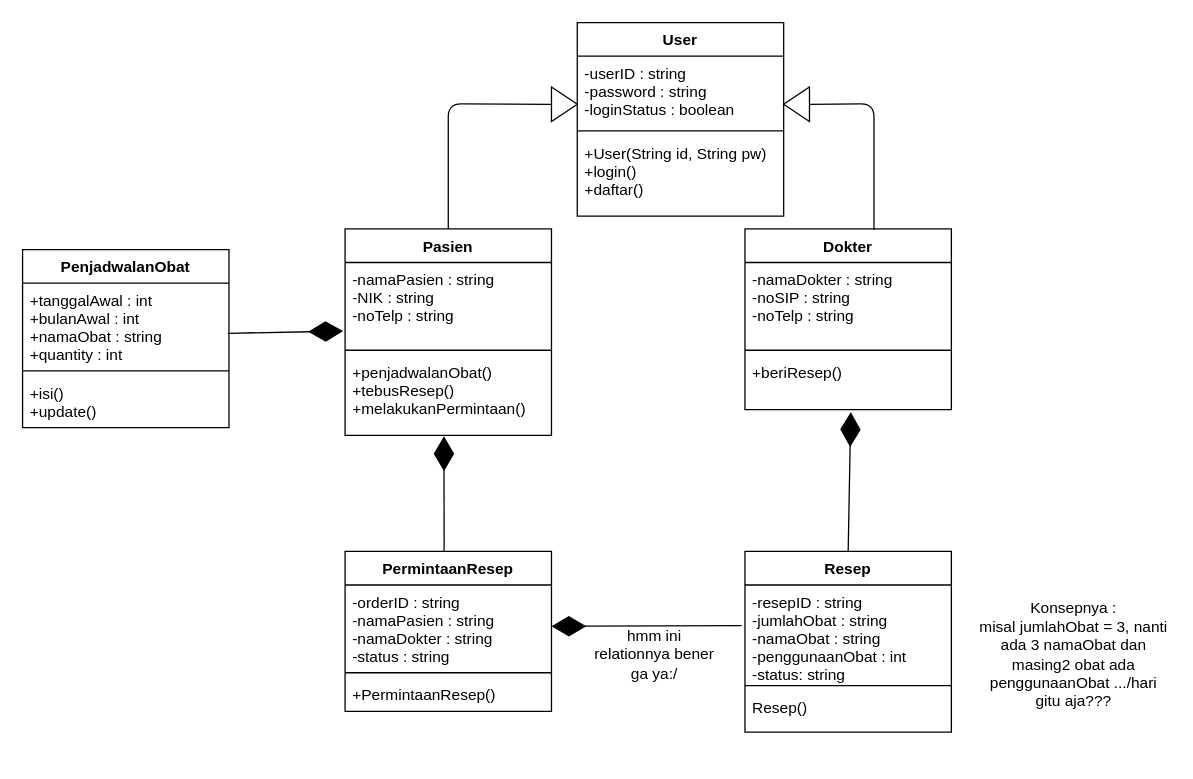
This is class diagram.drawio from WidadAbida/Praktikum-PPL, a draw.io file, before an edit. Source tidied: cells renumbered, new cells numbered last; positions are measured from the earlier drawing's top-left corner, leaving out a move shared by most shapes. Both pictures are drawn from the tidied source at 129%, with x=0, y=0 at pixel (22, 22).
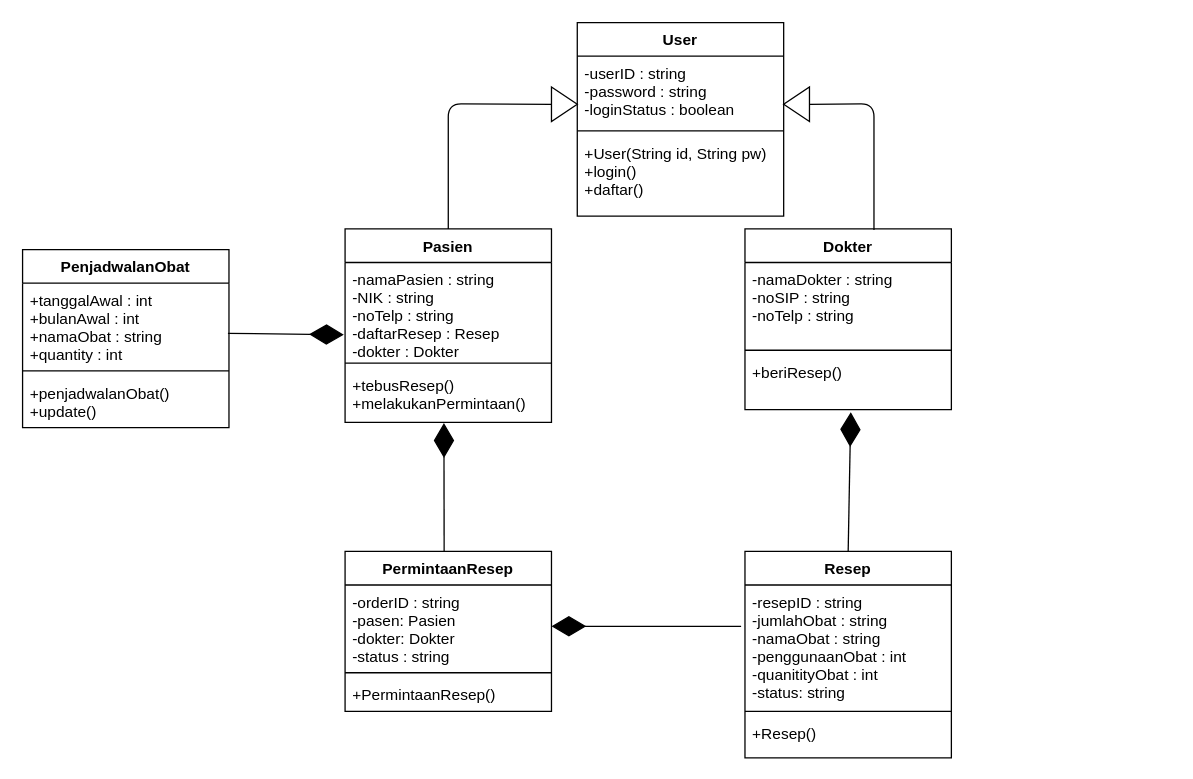
Above is the later version.

Unchanged cells that the change refers to:
```xml
<mxCell id="19" value="PenjadwalanObat" style="swimlane;fontStyle=1;align=center;verticalAlign=top;horizontal=1;startSize=26;" parent="1" vertex="1">
  <mxGeometry y="176" width="160" height="138" as="geometry" />
</mxCell>
<mxCell id="20" value="+tanggalAwal : int&#10;+bulanAwal : int&#10;+namaObat : string&#10;+quantity : int" style="text;strokeColor=none;fillColor=none;align=left;verticalAlign=top;spacingLeft=4;spacingRight=4;overflow=hidden;points=[[0,0.5],[1,0.5]];portConstraint=eastwest;" parent="19" vertex="1">
  <mxGeometry y="26" width="160" height="64" as="geometry" />
</mxCell>
<mxCell id="23" value="PermintaanResep" style="swimlane;fontStyle=1;align=center;verticalAlign=top;horizontal=1;startSize=26;" parent="1" vertex="1">
  <mxGeometry x="250" y="410" width="160" height="124" as="geometry" />
</mxCell>
```

Diff of the diagram source:
```diff
@@
     <mxCell id="6" value="Pasien" style="swimlane;fontStyle=1;align=center;verticalAlign=top;horizontal=1;startSize=26;" parent="1" vertex="1">
-      <mxGeometry x="250" y="160" width="160" height="160" as="geometry" />
+      <mxGeometry x="250" y="160" width="160" height="150" as="geometry" />
     </mxCell>
-    <mxCell id="7" value="-namaPasien : string&#10;-NIK : string&#10;-noTelp : string" style="text;strokeColor=none;fillColor=none;align=left;verticalAlign=top;spacingLeft=4;spacingRight=4;overflow=hidden;points=[[0,0.5],[1,0.5]];portConstraint=eastwest;" parent="6" vertex="1">
-      <mxGeometry y="26" width="160" height="64" as="geometry" />
+    <mxCell id="7" value="-namaPasien : string&#10;-NIK : string&#10;-noTelp : string&#10;-daftarResep : Resep&#10;-dokter : Dokter&#10;" style="text;strokeColor=none;fillColor=none;align=left;verticalAlign=top;spacingLeft=4;spacingRight=4;overflow=hidden;points=[[0,0.5],[1,0.5]];portConstraint=eastwest;" parent="6" vertex="1">
+      <mxGeometry y="26" width="160" height="74" as="geometry" />
     </mxCell>
     <mxCell id="8" style="line;strokeWidth=1;fillColor=none;align=left;verticalAlign=middle;spacingTop=-1;spacingLeft=3;spacingRight=3;labelPosition=right;" parent="6" vertex="1">
-      <mxGeometry y="90" width="160" height="8" as="geometry" />
+      <mxGeometry y="100" width="160" height="8" as="geometry" />
     </mxCell>
-    <mxCell id="9" value="+penjadwalanObat()&#10;+tebusResep()&#10;+melakukanPermintaan()&#10;" style="text;strokeColor=none;fillColor=none;align=left;verticalAlign=top;spacingLeft=4;spacingRight=4;overflow=hidden;points=[[0,0.5],[1,0.5]];portConstraint=eastwest;" parent="6" vertex="1">
-      <mxGeometry y="98" width="160" height="62" as="geometry" />
+    <mxCell id="9" value="+tebusResep()&#10;+melakukanPermintaan()&#10;" style="text;strokeColor=none;fillColor=none;align=left;verticalAlign=top;spacingLeft=4;spacingRight=4;overflow=hidden;points=[[0,0.5],[1,0.5]];portConstraint=eastwest;" parent="6" vertex="1">
+      <mxGeometry y="108" width="160" height="42" as="geometry" />
     </mxCell>
@@
-    <mxCell id="18" style="endArrow=diamondThin;endFill=1;endSize=24;html=1;entryX=-0.01;entryY=0.831;entryDx=0;entryDy=0;entryPerimeter=0;exitX=0.995;exitY=0.607;exitDx=0;exitDy=0;exitPerimeter=0;" parent="1" edge="1" source="20" target="7">
+    <mxCell id="18" style="endArrow=diamondThin;endFill=1;endSize=24;html=1;entryX=-0.006;entryY=0.757;entryDx=0;entryDy=0;entryPerimeter=0;exitX=0.995;exitY=0.607;exitDx=0;exitDy=0;exitPerimeter=0;" parent="1" edge="1" source="20" target="7">
       <mxGeometry relative="1" as="geometry" />
     </mxCell>
@@
-    <mxCell id="22" value="+isi()&#10;+update()" style="text;strokeColor=none;fillColor=none;align=left;verticalAlign=top;spacingLeft=4;spacingRight=4;overflow=hidden;" parent="19" vertex="1">
+    <mxCell id="22" value="+penjadwalanObat()&#10;+update()" style="text;strokeColor=none;fillColor=none;align=left;verticalAlign=top;spacingLeft=4;spacingRight=4;overflow=hidden;" parent="19" vertex="1">
       <mxGeometry y="98" width="160" height="40" as="geometry" />
     </mxCell>
@@
-    <mxCell id="24" value="-orderID : string&#10;-namaPasien : string&#10;-namaDokter : string&#10;-status : string&#10;" style="text;strokeColor=none;fillColor=none;align=left;verticalAlign=top;spacingLeft=4;spacingRight=4;overflow=hidden;points=[[0,0.5],[1,0.5]];portConstraint=eastwest;" parent="23" vertex="1">
+    <mxCell id="24" value="-orderID : string&#10;-pasen: Pasien&#10;-dokter: Dokter&#10;-status : string&#10;" style="text;strokeColor=none;fillColor=none;align=left;verticalAlign=top;spacingLeft=4;spacingRight=4;overflow=hidden;points=[[0,0.5],[1,0.5]];portConstraint=eastwest;" parent="23" vertex="1">
       <mxGeometry y="26" width="160" height="64" as="geometry" />
     </mxCell>
@@
     <mxCell id="28" value="Resep" style="swimlane;fontStyle=1;align=center;verticalAlign=top;horizontal=1;startSize=26;" parent="1" vertex="1">
-      <mxGeometry x="560" y="410" width="160" height="140" as="geometry" />
+      <mxGeometry x="560" y="410" width="160" height="160" as="geometry" />
     </mxCell>
-    <mxCell id="29" value="-resepID : string&#10;-jumlahObat : string&#10;-namaObat : string&#10;-penggunaanObat : int&#10;-status: string&#10;" style="text;strokeColor=none;fillColor=none;align=left;verticalAlign=top;spacingLeft=4;spacingRight=4;overflow=hidden;points=[[0,0.5],[1,0.5]];portConstraint=eastwest;" parent="28" vertex="1">
-      <mxGeometry y="26" width="160" height="74" as="geometry" />
+    <mxCell id="29" value="-resepID : string&#10;-jumlahObat : string&#10;-namaObat : string&#10;-penggunaanObat : int&#10;-quanitityObat : int&#10;-status: string&#10;" style="text;strokeColor=none;fillColor=none;align=left;verticalAlign=top;spacingLeft=4;spacingRight=4;overflow=hidden;points=[[0,0.5],[1,0.5]];portConstraint=eastwest;" parent="28" vertex="1">
+      <mxGeometry y="26" width="160" height="94" as="geometry" />
     </mxCell>
     <mxCell id="30" style="line;strokeWidth=1;fillColor=none;align=left;verticalAlign=middle;spacingTop=-1;spacingLeft=3;spacingRight=3;labelPosition=right;" parent="28" vertex="1">
-      <mxGeometry y="100" width="160" height="8" as="geometry" />
+      <mxGeometry y="120" width="160" height="8" as="geometry" />
     </mxCell>
-    <mxCell id="31" value="Resep()" style="text;strokeColor=none;fillColor=none;align=left;verticalAlign=top;spacingLeft=4;spacingRight=4;overflow=hidden;" parent="28" vertex="1">
-      <mxGeometry y="108" width="160" height="32" as="geometry" />
+    <mxCell id="31" value="+Resep()" style="text;strokeColor=none;fillColor=none;align=left;verticalAlign=top;spacingLeft=4;spacingRight=4;overflow=hidden;" parent="28" vertex="1">
+      <mxGeometry y="128" width="160" height="32" as="geometry" />
     </mxCell>
@@
-    <mxCell id="33" style="endArrow=diamondThin;endFill=1;endSize=24;html=1;entryX=1;entryY=0.5;entryDx=0;entryDy=0;exitX=-0.016;exitY=0.426;exitDx=0;exitDy=0;exitPerimeter=0;" parent="1" edge="1" source="29" target="24">
-      <mxGeometry relative="1" as="geometry" />
+    <mxCell id="33" style="endArrow=diamondThin;endFill=1;endSize=24;html=1;entryX=1;entryY=0.5;entryDx=0;entryDy=0;" parent="1" edge="1" target="24">
+      <mxGeometry relative="1" as="geometry">
+        <mxPoint x="557" y="468" as="sourcePoint" />
+      </mxGeometry>
     </mxCell>
-    <mxCell id="34" value="hmm ini relationnya bener ga ya:/" style="text;html=1;strokeColor=none;fillColor=none;align=center;verticalAlign=middle;whiteSpace=wrap;rounded=0;" parent="1" vertex="1">
-      <mxGeometry x="440" y="480" width="100" height="20" as="geometry" />
-    </mxCell>
-    <mxCell id="35" value="Konsepnya :&lt;br&gt;misal jumlahObat = 3, nanti ada 3 namaObat dan masing2 obat ada penggunaanObat .../hari&lt;br&gt;gitu aja???" style="text;html=1;strokeColor=none;fillColor=none;align=center;verticalAlign=middle;whiteSpace=wrap;rounded=0;" parent="1" vertex="1">
-      <mxGeometry x="740" y="480" width="150" height="20" as="geometry" />
-    </mxCell>
```
